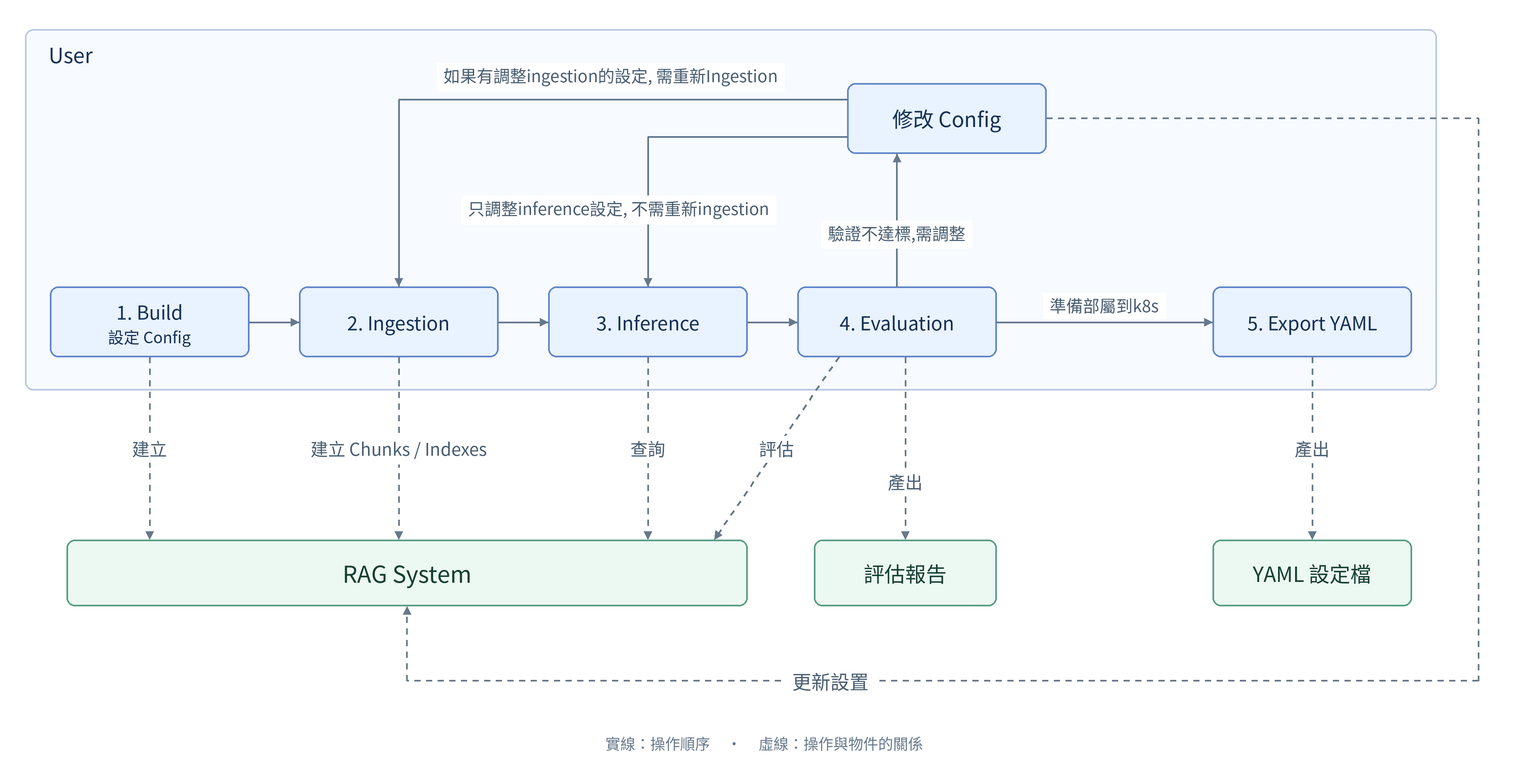
Above: diagrams/01_user_system_l1.png in SunnyWenwen/rag_platform (Mermaid), before the change. Its source is kept beside it as diagrams/01_user_system_l1.mmd.
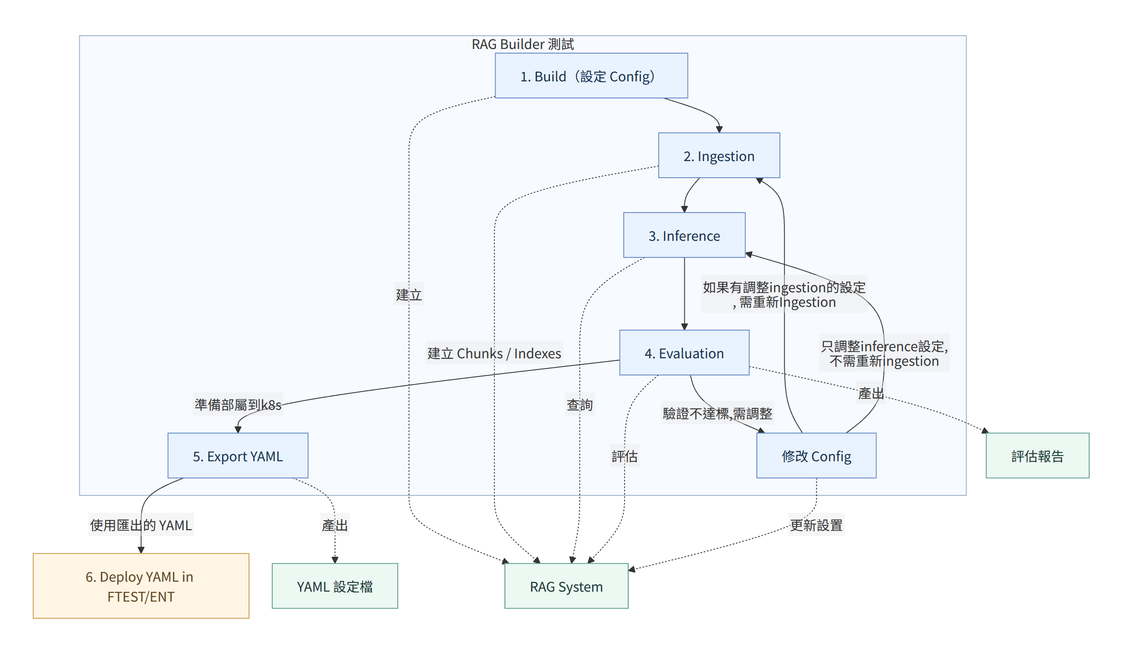
The same diagram one commit later.

Commit message:
docs: distinguish RAG Builder testing from FTEST/ENT deployment

Change to the diagram source:
```diff
@@ -1,5 +1,5 @@
 flowchart TB
-    subgraph User["User"]
+    subgraph BUILDER["RAG Builder 測試"]
         direction LR
         B["1. Build（設定 Config）"] --> I["2. Ingestion"]
         I --> Q["3. Inference"]
@@ -9,6 +9,9 @@
         C -->|如果有調整ingestion的設定, 需重新Ingestion| I
         C -->|只調整inference設定, 不需重新ingestion| Q
     end
+
+    D["6. Deploy YAML in FTEST/ENT"]
+    X -->|使用匯出的 YAML| D
 
     S["RAG System"]
     R["評估報告"]
@@ -27,3 +30,8 @@
     classDef system fill:#ecf8f2,stroke:#599d85,color:#153f32
     class B,I,Q,E,X,C user
     class S,R,Y system
+
+
+    classDef deploy fill:#fff5e5,stroke:#cf9b4a,color:#624516
+    class D deploy
+    style BUILDER fill:#f7faff,stroke:#9aafc9
```
